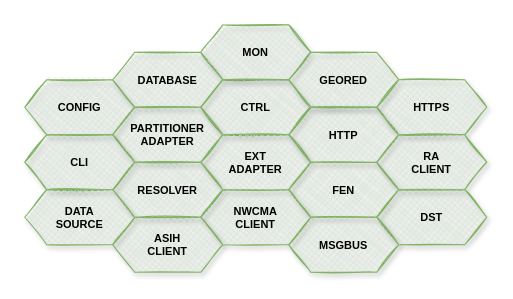
Above: page "第 2 页" (2 of 5) of http_server.drawio in SunLucc/Test (draw.io), before the change. Source tidied: cells renumbered, new cells numbered last; positions are measured from the earlier drawing's top-left corner, leaving out a move shared by most shapes. Both pictures are drawn from the tidied source at 110%, with x=0, y=0 at pixel (24, 24).
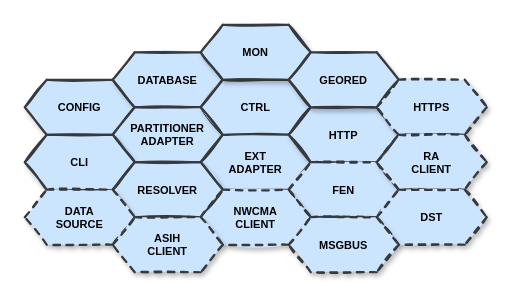
The same page after the edit.

Diff of the diagram source:
```diff
@@
-    <mxCell id="2" style="group;" parent="1" vertex="1">
-      <mxGeometry width="420" height="225" as="geometry" />
-    </mxCell>
-    <mxCell id="3" value="&lt;b style=&quot;font-size: 10px;&quot;&gt;CONFIG&lt;/b&gt;" style="shape=hexagon;perimeter=hexagonPerimeter2;whiteSpace=wrap;html=1;fixedSize=1;fillStyle=cross-hatch;fillColor=#d5e8d4;strokeColor=#82b366;fontSize=10;rounded=0;shadow=1;sketch=1;" parent="2" vertex="1">
+    <mxCell id="3" value="&lt;b style=&quot;font-size: 10px;&quot;&gt;CONFIG&lt;/b&gt;" style="shape=hexagon;perimeter=hexagonPerimeter2;whiteSpace=wrap;html=1;fixedSize=1;fillStyle=solid;fillColor=#cce5ff;strokeColor=#36393d;fontSize=10;rounded=0;shadow=1;sketch=1;strokeWidth=2;" parent="1" vertex="1">
       <mxGeometry y="50" width="100" height="50" as="geometry" />
     </mxCell>
-    <mxCell id="4" value="&lt;b style=&quot;font-size: 10px;&quot;&gt;DATABASE&lt;/b&gt;" style="shape=hexagon;perimeter=hexagonPerimeter2;whiteSpace=wrap;html=1;fixedSize=1;fillStyle=cross-hatch;fillColor=#d5e8d4;strokeColor=#82b366;fontSize=10;rounded=0;shadow=1;sketch=1;" parent="2" vertex="1">
+    <mxCell id="4" value="&lt;b style=&quot;font-size: 10px;&quot;&gt;DATABASE&lt;/b&gt;" style="shape=hexagon;perimeter=hexagonPerimeter2;whiteSpace=wrap;html=1;fixedSize=1;fillStyle=solid;fillColor=#cce5ff;strokeColor=#36393d;fontSize=10;rounded=0;shadow=1;sketch=1;strokeWidth=2;" parent="1" vertex="1">
       <mxGeometry x="80" y="25" width="100" height="50" as="geometry" />
     </mxCell>
-    <mxCell id="5" value="&lt;b style=&quot;font-size: 10px;&quot;&gt;&lt;font style=&quot;font-size: 10px;&quot;&gt;PARTITIONER&lt;br style=&quot;font-size: 10px;&quot;&gt;ADAPTER&lt;br style=&quot;font-size: 10px;&quot;&gt;&lt;/font&gt;&lt;/b&gt;" style="shape=hexagon;perimeter=hexagonPerimeter2;whiteSpace=wrap;html=1;fixedSize=1;fillStyle=cross-hatch;fillColor=#d5e8d4;strokeColor=#82b366;fontSize=10;rounded=0;shadow=1;sketch=1;" parent="2" vertex="1">
+    <mxCell id="5" value="&lt;b style=&quot;font-size: 10px;&quot;&gt;&lt;font style=&quot;font-size: 10px;&quot;&gt;PARTITIONER&lt;br style=&quot;font-size: 10px;&quot;&gt;ADAPTER&lt;br style=&quot;font-size: 10px;&quot;&gt;&lt;/font&gt;&lt;/b&gt;" style="shape=hexagon;perimeter=hexagonPerimeter2;whiteSpace=wrap;html=1;fixedSize=1;fillStyle=solid;fillColor=#cce5ff;strokeColor=#36393d;fontSize=10;rounded=0;shadow=1;sketch=1;strokeWidth=2;" parent="1" vertex="1">
       <mxGeometry x="80" y="75" width="100" height="50" as="geometry" />
     </mxCell>
-    <mxCell id="6" value="&lt;b style=&quot;font-size: 10px;&quot;&gt;CTRL&lt;/b&gt;" style="shape=hexagon;perimeter=hexagonPerimeter2;whiteSpace=wrap;html=1;fixedSize=1;fillStyle=cross-hatch;fillColor=#d5e8d4;strokeColor=#82b366;fontSize=10;rounded=0;shadow=1;sketch=1;" parent="2" vertex="1">
+    <mxCell id="6" value="&lt;b style=&quot;font-size: 10px;&quot;&gt;CTRL&lt;/b&gt;" style="shape=hexagon;perimeter=hexagonPerimeter2;whiteSpace=wrap;html=1;fixedSize=1;fillStyle=solid;fillColor=#cce5ff;strokeColor=#36393d;fontSize=10;rounded=0;shadow=1;sketch=1;strokeWidth=2;" parent="1" vertex="1">
       <mxGeometry x="160" y="50" width="100" height="50" as="geometry" />
     </mxCell>
-    <mxCell id="7" value="&lt;b style=&quot;font-size: 10px;&quot;&gt;EXT&lt;br&gt;ADAPTER&lt;br&gt;&lt;/b&gt;" style="shape=hexagon;perimeter=hexagonPerimeter2;whiteSpace=wrap;html=1;fixedSize=1;fillStyle=cross-hatch;fillColor=#d5e8d4;strokeColor=#82b366;fontSize=10;rounded=0;shadow=1;sketch=1;" parent="2" vertex="1">
+    <mxCell id="7" value="&lt;b style=&quot;font-size: 10px;&quot;&gt;EXT&lt;br&gt;ADAPTER&lt;br&gt;&lt;/b&gt;" style="shape=hexagon;perimeter=hexagonPerimeter2;whiteSpace=wrap;html=1;fixedSize=1;fillStyle=solid;fillColor=#cce5ff;strokeColor=#36393d;fontSize=10;rounded=0;shadow=1;sketch=1;strokeWidth=2;" parent="1" vertex="1">
       <mxGeometry x="160" y="100" width="100" height="50" as="geometry" />
     </mxCell>
-    <mxCell id="8" value="&lt;b style=&quot;font-size: 10px;&quot;&gt;CLI&lt;/b&gt;" style="shape=hexagon;perimeter=hexagonPerimeter2;whiteSpace=wrap;html=1;fixedSize=1;fillStyle=cross-hatch;fillColor=#d5e8d4;strokeColor=#82b366;fontSize=10;rounded=0;shadow=1;sketch=1;" parent="2" vertex="1">
+    <mxCell id="8" value="&lt;b style=&quot;font-size: 10px;&quot;&gt;CLI&lt;/b&gt;" style="shape=hexagon;perimeter=hexagonPerimeter2;whiteSpace=wrap;html=1;fixedSize=1;fillStyle=solid;fillColor=#cce5ff;strokeColor=#36393d;fontSize=10;rounded=0;shadow=1;sketch=1;strokeWidth=2;" parent="1" vertex="1">
       <mxGeometry y="100" width="100" height="50" as="geometry" />
     </mxCell>
-    <mxCell id="9" value="&lt;b style=&quot;font-size: 10px;&quot;&gt;HTTP&lt;/b&gt;" style="shape=hexagon;perimeter=hexagonPerimeter2;whiteSpace=wrap;html=1;fixedSize=1;fillStyle=cross-hatch;fillColor=#d5e8d4;strokeColor=#82b366;fontSize=10;rounded=0;shadow=1;sketch=1;" parent="2" vertex="1">
+    <mxCell id="9" value="&lt;b style=&quot;font-size: 10px;&quot;&gt;HTTP&lt;/b&gt;" style="shape=hexagon;perimeter=hexagonPerimeter2;whiteSpace=wrap;html=1;fixedSize=1;fillStyle=solid;fillColor=#cce5ff;strokeColor=#36393d;fontSize=10;rounded=0;shadow=1;sketch=1;strokeWidth=2;" parent="1" vertex="1">
       <mxGeometry x="240" y="75" width="100" height="50" as="geometry" />
     </mxCell>
-    <mxCell id="10" value="&lt;b style=&quot;font-size: 10px;&quot;&gt;RESOLVER&lt;/b&gt;" style="shape=hexagon;perimeter=hexagonPerimeter2;whiteSpace=wrap;html=1;fixedSize=1;fillStyle=cross-hatch;fillColor=#d5e8d4;strokeColor=#82b366;fontSize=10;rounded=0;shadow=1;sketch=1;" parent="2" vertex="1">
+    <mxCell id="10" value="&lt;b style=&quot;font-size: 10px;&quot;&gt;RESOLVER&lt;/b&gt;" style="shape=hexagon;perimeter=hexagonPerimeter2;whiteSpace=wrap;html=1;fixedSize=1;fillStyle=solid;fillColor=#cce5ff;strokeColor=#36393d;fontSize=10;rounded=0;shadow=1;sketch=1;strokeWidth=2;" parent="1" vertex="1">
       <mxGeometry x="80" y="125" width="100" height="50" as="geometry" />
     </mxCell>
-    <mxCell id="11" value="&lt;b style=&quot;font-size: 10px;&quot;&gt;MON&lt;/b&gt;" style="shape=hexagon;perimeter=hexagonPerimeter2;whiteSpace=wrap;html=1;fixedSize=1;fillStyle=cross-hatch;fillColor=#d5e8d4;strokeColor=#82b366;fontSize=10;rounded=0;shadow=1;sketch=1;" parent="2" vertex="1">
+    <mxCell id="11" value="&lt;b style=&quot;font-size: 10px;&quot;&gt;MON&lt;/b&gt;" style="shape=hexagon;perimeter=hexagonPerimeter2;whiteSpace=wrap;html=1;fixedSize=1;fillStyle=solid;fillColor=#cce5ff;strokeColor=#36393d;fontSize=10;rounded=0;shadow=1;sketch=1;strokeWidth=2;" parent="1" vertex="1">
       <mxGeometry x="160" width="100" height="50" as="geometry" />
     </mxCell>
-    <mxCell id="12" value="&lt;b style=&quot;font-size: 10px;&quot;&gt;GEORED&lt;/b&gt;" style="shape=hexagon;perimeter=hexagonPerimeter2;whiteSpace=wrap;html=1;fixedSize=1;fillStyle=cross-hatch;fillColor=#d5e8d4;strokeColor=#82b366;fontSize=10;rounded=0;shadow=1;sketch=1;" parent="2" vertex="1">
+    <mxCell id="12" value="&lt;b style=&quot;font-size: 10px;&quot;&gt;GEORED&lt;/b&gt;" style="shape=hexagon;perimeter=hexagonPerimeter2;whiteSpace=wrap;html=1;fixedSize=1;fillStyle=solid;fillColor=#cce5ff;strokeColor=#36393d;fontSize=10;rounded=0;shadow=1;sketch=1;strokeWidth=2;" parent="1" vertex="1">
       <mxGeometry x="240" y="25" width="100" height="50" as="geometry" />
     </mxCell>
-    <mxCell id="13" value="&lt;b style=&quot;font-size: 10px;&quot;&gt;FEN&lt;/b&gt;" style="shape=hexagon;perimeter=hexagonPerimeter2;whiteSpace=wrap;html=1;fixedSize=1;fillStyle=cross-hatch;fillColor=#d5e8d4;strokeColor=#82b366;fontSize=10;rounded=0;shadow=1;sketch=1;" parent="2" vertex="1">
+    <mxCell id="13" value="&lt;b style=&quot;font-size: 10px;&quot;&gt;FEN&lt;/b&gt;" style="shape=hexagon;perimeter=hexagonPerimeter2;whiteSpace=wrap;html=1;fixedSize=1;fillStyle=solid;fillColor=#cce5ff;strokeColor=#36393d;fontSize=10;rounded=0;shadow=1;sketch=1;dashed=1;strokeWidth=2;" parent="1" vertex="1">
       <mxGeometry x="240" y="125" width="100" height="50" as="geometry" />
     </mxCell>
-    <mxCell id="14" value="&lt;b style=&quot;font-size: 10px;&quot;&gt;HTTPS&lt;/b&gt;" style="shape=hexagon;perimeter=hexagonPerimeter2;whiteSpace=wrap;html=1;fixedSize=1;fillStyle=cross-hatch;fillColor=#d5e8d4;strokeColor=#82b366;fontSize=10;rounded=0;shadow=1;sketch=1;" parent="2" vertex="1">
+    <mxCell id="14" value="&lt;b style=&quot;font-size: 10px;&quot;&gt;HTTPS&lt;/b&gt;" style="shape=hexagon;perimeter=hexagonPerimeter2;whiteSpace=wrap;html=1;fixedSize=1;fillStyle=solid;fillColor=#cce5ff;strokeColor=#36393d;fontSize=10;rounded=0;shadow=1;sketch=1;dashed=1;strokeWidth=2;" parent="1" vertex="1">
       <mxGeometry x="320" y="50" width="100" height="50" as="geometry" />
     </mxCell>
-    <mxCell id="15" value="&lt;b style=&quot;font-size: 10px;&quot;&gt;RA&lt;br&gt;CLIENT&lt;br&gt;&lt;/b&gt;" style="shape=hexagon;perimeter=hexagonPerimeter2;whiteSpace=wrap;html=1;fixedSize=1;fillStyle=cross-hatch;fillColor=#d5e8d4;strokeColor=#82b366;fontSize=10;rounded=0;shadow=1;sketch=1;" parent="2" vertex="1">
+    <mxCell id="15" value="&lt;b style=&quot;font-size: 10px;&quot;&gt;RA&lt;br&gt;CLIENT&lt;br&gt;&lt;/b&gt;" style="shape=hexagon;perimeter=hexagonPerimeter2;whiteSpace=wrap;html=1;fixedSize=1;fillStyle=solid;fillColor=#cce5ff;strokeColor=#36393d;fontSize=10;rounded=0;shadow=1;sketch=1;dashed=1;strokeWidth=2;" parent="1" vertex="1">
       <mxGeometry x="320" y="100" width="100" height="50" as="geometry" />
     </mxCell>
-    <mxCell id="16" value="&lt;b style=&quot;font-size: 10px;&quot;&gt;NWCMA&lt;br&gt;CLIENT&lt;br&gt;&lt;/b&gt;" style="shape=hexagon;perimeter=hexagonPerimeter2;whiteSpace=wrap;html=1;fixedSize=1;fillStyle=cross-hatch;fillColor=#d5e8d4;strokeColor=#82b366;fontSize=10;rounded=0;shadow=1;sketch=1;" parent="2" vertex="1">
+    <mxCell id="16" value="&lt;b style=&quot;font-size: 10px;&quot;&gt;NWCMA&lt;br&gt;CLIENT&lt;br&gt;&lt;/b&gt;" style="shape=hexagon;perimeter=hexagonPerimeter2;whiteSpace=wrap;html=1;fixedSize=1;fillStyle=solid;fillColor=#cce5ff;strokeColor=#36393d;fontSize=10;rounded=0;shadow=1;sketch=1;dashed=1;strokeWidth=2;" parent="1" vertex="1">
       <mxGeometry x="160" y="150" width="100" height="50" as="geometry" />
     </mxCell>
-    <mxCell id="17" value="&lt;b style=&quot;font-size: 10px;&quot;&gt;DST&lt;/b&gt;" style="shape=hexagon;perimeter=hexagonPerimeter2;whiteSpace=wrap;html=1;fixedSize=1;fillStyle=cross-hatch;fillColor=#d5e8d4;strokeColor=#82b366;fontSize=10;rounded=0;shadow=1;sketch=1;" parent="2" vertex="1">
+    <mxCell id="17" value="&lt;b style=&quot;font-size: 10px;&quot;&gt;DST&lt;/b&gt;" style="shape=hexagon;perimeter=hexagonPerimeter2;whiteSpace=wrap;html=1;fixedSize=1;fillStyle=solid;fillColor=#cce5ff;strokeColor=#36393d;fontSize=10;rounded=0;shadow=1;sketch=1;dashed=1;strokeWidth=2;" parent="1" vertex="1">
       <mxGeometry x="320" y="150" width="100" height="50" as="geometry" />
     </mxCell>
-    <mxCell id="18" value="&lt;b style=&quot;font-size: 10px;&quot;&gt;DATA&lt;br&gt;SOURCE&lt;br&gt;&lt;/b&gt;" style="shape=hexagon;perimeter=hexagonPerimeter2;whiteSpace=wrap;html=1;fixedSize=1;fillStyle=cross-hatch;fillColor=#d5e8d4;strokeColor=#82b366;fontSize=10;rounded=0;shadow=1;sketch=1;" parent="2" vertex="1">
+    <mxCell id="18" value="&lt;b style=&quot;font-size: 10px;&quot;&gt;DATA&lt;br&gt;SOURCE&lt;br&gt;&lt;/b&gt;" style="shape=hexagon;perimeter=hexagonPerimeter2;whiteSpace=wrap;html=1;fixedSize=1;fillStyle=solid;fillColor=#cce5ff;strokeColor=#36393d;fontSize=10;rounded=0;shadow=1;sketch=1;dashed=1;strokeWidth=2;" parent="1" vertex="1">
       <mxGeometry y="150" width="100" height="50" as="geometry" />
     </mxCell>
-    <mxCell id="19" value="&lt;b style=&quot;font-size: 10px;&quot;&gt;ASIH&lt;br&gt;CLIENT&lt;br&gt;&lt;/b&gt;" style="shape=hexagon;perimeter=hexagonPerimeter2;whiteSpace=wrap;html=1;fixedSize=1;fillStyle=cross-hatch;fillColor=#d5e8d4;strokeColor=#82b366;fontSize=10;rounded=0;shadow=1;sketch=1;" parent="2" vertex="1">
+    <mxCell id="19" value="&lt;b style=&quot;font-size: 10px;&quot;&gt;ASIH&lt;br&gt;CLIENT&lt;br&gt;&lt;/b&gt;" style="shape=hexagon;perimeter=hexagonPerimeter2;whiteSpace=wrap;html=1;fixedSize=1;fillStyle=solid;fillColor=#cce5ff;strokeColor=#36393d;fontSize=10;rounded=0;shadow=1;sketch=1;dashed=1;strokeWidth=2;" parent="1" vertex="1">
       <mxGeometry x="80" y="175" width="100" height="50" as="geometry" />
     </mxCell>
-    <mxCell id="20" value="&lt;b style=&quot;font-size: 10px;&quot;&gt;MSGBUS&lt;/b&gt;" style="shape=hexagon;perimeter=hexagonPerimeter2;whiteSpace=wrap;html=1;fixedSize=1;fillStyle=cross-hatch;fillColor=#d5e8d4;strokeColor=#82b366;fontSize=10;rounded=0;shadow=1;sketch=1;" parent="2" vertex="1">
+    <mxCell id="20" value="&lt;b style=&quot;font-size: 10px;&quot;&gt;MSGBUS&lt;/b&gt;" style="shape=hexagon;perimeter=hexagonPerimeter2;whiteSpace=wrap;html=1;fixedSize=1;fillStyle=solid;fillColor=#cce5ff;strokeColor=#36393d;fontSize=10;rounded=0;shadow=1;sketch=1;dashed=1;strokeWidth=2;" parent="1" vertex="1">
       <mxGeometry x="240" y="175" width="100" height="50" as="geometry" />
     </mxCell>
```
